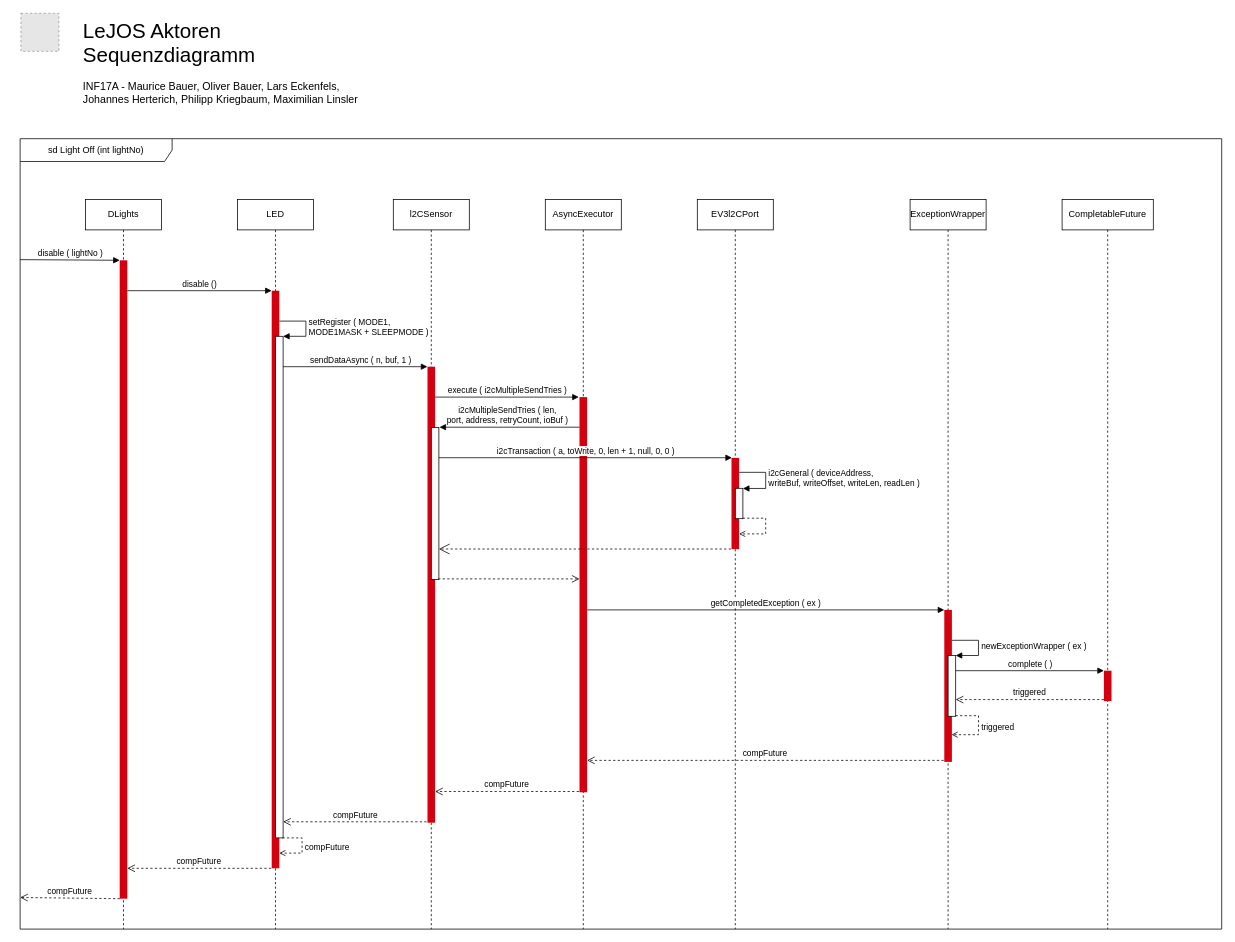
Before: diagrams/sd_Licht_aus.drawio in herterjo/lejos-ev3, a draw.io diagram. Source tidied: cells renumbered, new cells numbered last; positions are measured from the earlier drawing's top-left corner, leaving out a move shared by most shapes. Both pictures are drawn from the tidied source at 76%, with x=0, y=0 at pixel (20, 13). Pictures stored in the file or linked from it are replaced by grey dashed boxes.
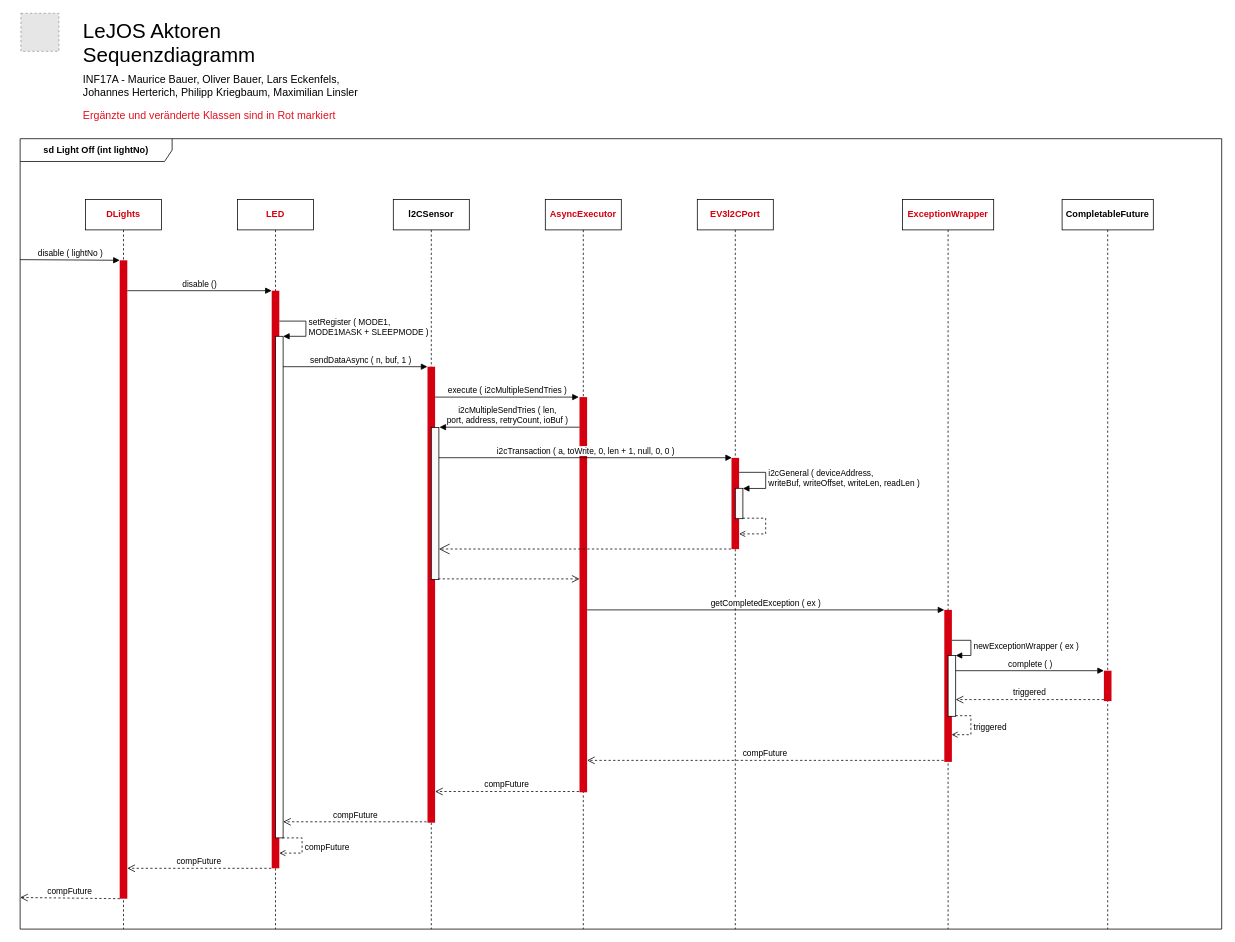
The same page after the edit.

The edit, as a diff of the source:
```diff
@@
-    <mxCell id="2" style="group;" parent="1" vertex="1">
-      <mxGeometry x="1" width="720" height="115" as="geometry" />
-    </mxCell>
-    <mxCell id="3" value="LeJOS Aktoren&lt;br&gt;Sequenzdiagramm" style="text;html=1;strokeColor=none;fillColor=none;align=left;verticalAlign=top;whiteSpace=wrap;rounded=0;fontSize=27;" parent="2" vertex="1">
-      <mxGeometry x="80" y="1" width="640" height="80" as="geometry" />
-    </mxCell>
-    <mxCell id="4" style="group;" parent="2" vertex="1">
-      <mxGeometry width="520" height="115" as="geometry" />
-    </mxCell>
-    <mxCell id="5" style="fillColor=#E6E6E6;strokeColor=#999999;dashed=1;verticalLabelPosition=bottom;labelBackgroundColor=#ffffff;verticalAlign=top;" parent="4" vertex="1">
-      <mxGeometry width="50" height="50" as="geometry" />
-    </mxCell>
-    <mxCell id="6" value="INF17A - Maurice Bauer, Oliver Bauer, Lars Eckenfels,&lt;br&gt;Johannes Herterich, Philipp Kriegbaum, Maximilian Linsler" style="text;html=1;strokeColor=none;fillColor=none;align=left;verticalAlign=middle;whiteSpace=wrap;rounded=0;fontSize=14;" parent="4" vertex="1">
-      <mxGeometry x="80" y="95" width="440" height="20" as="geometry" />
-    </mxCell>
@@
-    <mxCell id="9" value="sd Light Off (int lightNo)" style="shape=umlFrame;whiteSpace=wrap;html=1;width=200;height=30;" parent="1" vertex="1">
+    <mxCell id="9" value="sd Light Off (int lightNo)" style="shape=umlFrame;whiteSpace=wrap;html=1;width=200;height=30;fontStyle=1;" parent="1" vertex="1">
       <mxGeometry y="165" width="1581" height="1040" as="geometry" />
     </mxCell>
-    <mxCell id="10" value="DLights" style="shape=umlLifeline;perimeter=lifelinePerimeter;whiteSpace=wrap;html=1;" parent="1" vertex="1">
+    <mxCell id="10" value="DLights" style="shape=umlLifeline;perimeter=lifelinePerimeter;whiteSpace=wrap;html=1;fontColor=#D4000F;fontStyle=1;" parent="1" vertex="1">
       <mxGeometry x="86" y="245" width="100" height="960" as="geometry" />
     </mxCell>
@@
-    <mxCell id="12" value="LED" style="shape=umlLifeline;perimeter=lifelinePerimeter;whiteSpace=wrap;html=1;" parent="1" vertex="1">
+    <mxCell id="12" value="LED" style="shape=umlLifeline;perimeter=lifelinePerimeter;whiteSpace=wrap;html=1;fontColor=#D4000F;fontStyle=1;" parent="1" vertex="1">
       <mxGeometry x="286" y="245" width="100" height="960" as="geometry" />
     </mxCell>
@@
-    <mxCell id="19" value="l2CSensor" style="shape=umlLifeline;perimeter=lifelinePerimeter;whiteSpace=wrap;html=1;fillColor=#FFFFFF;size=40;" parent="1" vertex="1">
+    <mxCell id="19" value="l2CSensor" style="shape=umlLifeline;perimeter=lifelinePerimeter;whiteSpace=wrap;html=1;fillColor=#FFFFFF;size=40;fontStyle=1;" parent="1" vertex="1">
       <mxGeometry x="491" y="245" width="100" height="960" as="geometry" />
     </mxCell>
@@
-    <mxCell id="22" value="AsyncExecutor" style="shape=umlLifeline;perimeter=lifelinePerimeter;whiteSpace=wrap;html=1;fillColor=#FFFFFF;" parent="1" vertex="1">
+    <mxCell id="22" value="AsyncExecutor" style="shape=umlLifeline;perimeter=lifelinePerimeter;whiteSpace=wrap;html=1;fillColor=#FFFFFF;fontColor=#D4000F;fontStyle=1;" parent="1" vertex="1">
       <mxGeometry x="691" y="245" width="100" height="960" as="geometry" />
     </mxCell>
@@
-    <mxCell id="28" value="EV3l2CPort" style="shape=umlLifeline;perimeter=lifelinePerimeter;whiteSpace=wrap;html=1;fillColor=#FFFFFF;" parent="1" vertex="1">
+    <mxCell id="28" value="EV3l2CPort" style="shape=umlLifeline;perimeter=lifelinePerimeter;whiteSpace=wrap;html=1;fillColor=#FFFFFF;fontColor=#D4000F;fontStyle=1;" parent="1" vertex="1">
       <mxGeometry x="891" y="245" width="100" height="960" as="geometry" />
     </mxCell>
@@
-    <mxCell id="35" value="ExceptionWrapper" style="shape=umlLifeline;perimeter=lifelinePerimeter;whiteSpace=wrap;html=1;fillColor=#FFFFFF;" parent="1" vertex="1">
-      <mxGeometry x="1171" y="245" width="100" height="960" as="geometry" />
+    <mxCell id="35" value="ExceptionWrapper" style="shape=umlLifeline;perimeter=lifelinePerimeter;whiteSpace=wrap;html=1;fillColor=#FFFFFF;fontColor=#D4000F;fontStyle=1;" parent="1" vertex="1">
+      <mxGeometry x="1161" y="245" width="120" height="960" as="geometry" />
     </mxCell>
     <mxCell id="36" style="html=1;points=[];perimeter=orthogonalPerimeter;fillColor=#D4000F;strokeColor=none;" parent="35" vertex="1">
-      <mxGeometry x="45" y="540" width="10" height="200" as="geometry" />
+      <mxGeometry x="55" y="540" width="10" height="200" as="geometry" />
     </mxCell>
     <mxCell id="37" style="html=1;points=[];perimeter=orthogonalPerimeter;" parent="35" vertex="1">
-      <mxGeometry x="50" y="600" width="10" height="80" as="geometry" />
+      <mxGeometry x="60" y="600" width="10" height="80" as="geometry" />
     </mxCell>
@@
-    <mxCell id="43" value="CompletableFuture" style="shape=umlLifeline;perimeter=lifelinePerimeter;whiteSpace=wrap;html=1;fillColor=#FFFFFF;" parent="1" vertex="1">
+    <mxCell id="43" value="CompletableFuture" style="shape=umlLifeline;perimeter=lifelinePerimeter;whiteSpace=wrap;html=1;fillColor=#FFFFFF;fontStyle=1;" parent="1" vertex="1">
       <mxGeometry x="1371" y="245" width="120" height="960" as="geometry" />
     </mxCell>
@@
+    <mxCell id="50" style="group;" parent="1" vertex="1">
+      <mxGeometry x="1" width="720" height="145" as="geometry" />
+    </mxCell>
+    <mxCell id="3" value="LeJOS Aktoren&lt;br&gt;Sequenzdiagramm" style="text;html=1;strokeColor=none;fillColor=none;align=left;verticalAlign=top;whiteSpace=wrap;rounded=0;fontSize=27;" parent="50" vertex="1">
+      <mxGeometry x="80" y="1" width="640" height="80" as="geometry" />
+    </mxCell>
+    <mxCell id="51" style="group;" parent="50" vertex="1">
+      <mxGeometry width="520" height="145" as="geometry" />
+    </mxCell>
+    <mxCell id="52" style="group;fontColor=#E2101E;" parent="51" vertex="1">
+      <mxGeometry width="520" height="115" as="geometry" />
+    </mxCell>
+    <mxCell id="53" style="fillColor=#E6E6E6;strokeColor=#999999;dashed=1;verticalLabelPosition=bottom;labelBackgroundColor=#ffffff;verticalAlign=top;fontColor=#E2101E;" parent="52" vertex="1">
+      <mxGeometry width="50" height="50" as="geometry" />
+    </mxCell>
+    <mxCell id="6" value="INF17A - Maurice Bauer, Oliver Bauer, Lars Eckenfels,&lt;br&gt;Johannes Herterich, Philipp Kriegbaum, Maximilian Linsler" style="text;html=1;strokeColor=none;fillColor=none;align=left;verticalAlign=middle;whiteSpace=wrap;rounded=0;fontSize=14;" parent="52" vertex="1">
+      <mxGeometry x="80" y="85" width="440" height="20" as="geometry" />
+    </mxCell>
+    <mxCell id="54" value="Ergänzte und veränderte Klassen sind in &lt;font&gt;Rot&lt;/font&gt; markiert" style="text;html=1;strokeColor=none;fillColor=none;align=left;verticalAlign=middle;whiteSpace=wrap;rounded=0;fontSize=14;fontColor=#E2101E;" parent="51" vertex="1">
+      <mxGeometry x="80" y="125" width="440" height="20" as="geometry" />
+    </mxCell>
```
